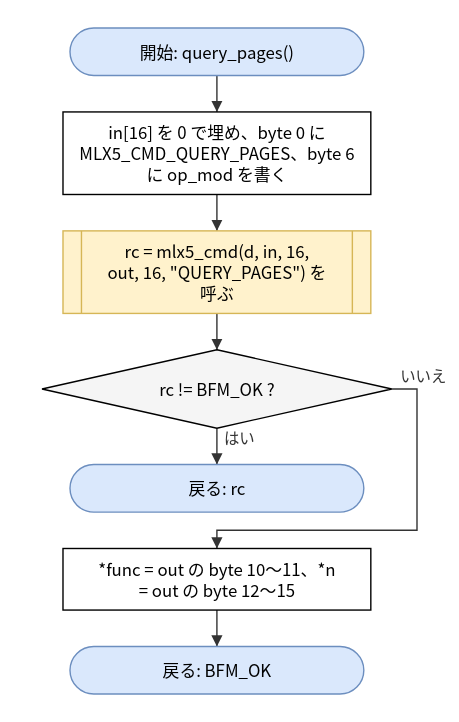
This is doc/spec/images/flow_src_mlx5_hca-query_pages.drawio.svg from hf355051012-ai/bfmem, a draw.io export, as it was before one commit. Source tidied: cells renumbered, new cells last; positions are measured from the earlier drawing's top-left corner, leaving out a move shared by most shapes. Source of this version:
```xml
<mxGraphModel>
  <root>
    <mxCell id="0" />
    <mxCell id="1" parent="0" />
    <mxCell id="2" value="開始: query_pages()" style="rounded=1;arcSize=50;whiteSpace=wrap;html=1;fillColor=#dae8fc;strokeColor=#6c8ebf;" parent="1" vertex="1">
      <mxGeometry x="20" width="210" height="34" as="geometry" />
    </mxCell>
    <mxCell id="3" value="in[16] を 0 で埋め、byte 0 に&lt;br&gt;MLX5_CMD_QUERY_PAGES、byte 6&lt;br&gt;に op_mod を書く" style="rounded=0;whiteSpace=wrap;html=1;" parent="1" vertex="1">
      <mxGeometry x="15" y="60" width="220" height="59" as="geometry" />
    </mxCell>
    <mxCell id="4" value="rc = mlx5_cmd(d, in, 16,&lt;br&gt;out, 16, &amp;quot;QUERY_PAGES&amp;quot;) を&lt;br&gt;呼ぶ" style="shape=process;whiteSpace=wrap;html=1;backgroundOutline=1;size=0.06;fillColor=#fff2cc;strokeColor=#d6b656;" parent="1" vertex="1">
      <mxGeometry x="15" y="145" width="220" height="59" as="geometry" />
    </mxCell>
    <mxCell id="5" value="rc != BFM_OK ?" style="rhombus;whiteSpace=wrap;html=1;fillColor=#f5f5f5;" parent="1" vertex="1">
      <mxGeometry y="230" width="250" height="56" as="geometry" />
    </mxCell>
    <mxCell id="6" value="戻る: rc" style="rounded=1;arcSize=50;whiteSpace=wrap;html=1;fillColor=#dae8fc;strokeColor=#6c8ebf;" parent="1" vertex="1">
      <mxGeometry x="20" y="312" width="210" height="34" as="geometry" />
    </mxCell>
    <mxCell id="7" value="*func = out の byte 10〜11、*n&lt;br&gt;= out の byte 12〜15" style="rounded=0;whiteSpace=wrap;html=1;" parent="1" vertex="1">
      <mxGeometry x="15" y="372" width="220" height="44" as="geometry" />
    </mxCell>
    <mxCell id="8" value="戻る: BFM_OK" style="rounded=1;arcSize=50;whiteSpace=wrap;html=1;fillColor=#dae8fc;strokeColor=#6c8ebf;" parent="1" vertex="1">
      <mxGeometry x="20" y="442" width="210" height="34" as="geometry" />
    </mxCell>
    <mxCell id="9" style="edgeStyle=none;html=1;rounded=0;endArrow=block;endFill=1;exitX=0.5000;exitY=1.0000;exitDx=0;exitDy=0;exitPerimeter=0;entryX=0.5000;entryY=0.0000;entryDx=0;entryDy=0;entryPerimeter=0;" parent="1" edge="1" source="2" target="3">
      <mxGeometry relative="1" as="geometry" />
    </mxCell>
    <mxCell id="10" style="edgeStyle=none;html=1;rounded=0;endArrow=block;endFill=1;exitX=0.5000;exitY=1.0000;exitDx=0;exitDy=0;exitPerimeter=0;entryX=0.5000;entryY=0.0000;entryDx=0;entryDy=0;entryPerimeter=0;" parent="1" edge="1" source="3" target="4">
      <mxGeometry relative="1" as="geometry" />
    </mxCell>
    <mxCell id="11" style="edgeStyle=none;html=1;rounded=0;endArrow=block;endFill=1;exitX=0.5000;exitY=1.0000;exitDx=0;exitDy=0;exitPerimeter=0;entryX=0.5000;entryY=0.0000;entryDx=0;entryDy=0;entryPerimeter=0;" parent="1" edge="1" source="4" target="5">
      <mxGeometry relative="1" as="geometry" />
    </mxCell>
    <mxCell id="12" value="はい" style="edgeStyle=none;html=1;rounded=0;endArrow=block;endFill=1;exitX=0.5000;exitY=1.0000;exitDx=0;exitDy=0;exitPerimeter=0;entryX=0.5000;entryY=0.0000;entryDx=0;entryDy=0;entryPerimeter=0;" parent="1" edge="1" source="5" target="6">
      <mxGeometry relative="1" as="geometry" />
    </mxCell>
    <mxCell id="13" value="いいえ" style="edgeStyle=none;html=1;rounded=0;endArrow=block;endFill=1;exitX=1.0000;exitY=0.5000;exitDx=0;exitDy=0;exitPerimeter=0;entryX=0.5000;entryY=0.0000;entryDx=0;entryDy=0;entryPerimeter=0;" parent="1" edge="1" source="5" target="7">
      <mxGeometry relative="1" as="geometry">
        <Array as="points">
          <mxPoint x="268" y="258" />
          <mxPoint x="268" y="359" />
          <mxPoint x="125" y="359" />
        </Array>
      </mxGeometry>
    </mxCell>
    <mxCell id="14" style="edgeStyle=none;html=1;rounded=0;endArrow=block;endFill=1;exitX=0.5000;exitY=1.0000;exitDx=0;exitDy=0;exitPerimeter=0;entryX=0.5000;entryY=0.0000;entryDx=0;entryDy=0;entryPerimeter=0;" parent="1" edge="1" source="7" target="8">
      <mxGeometry relative="1" as="geometry" />
    </mxCell>
  </root>
</mxGraphModel>
```
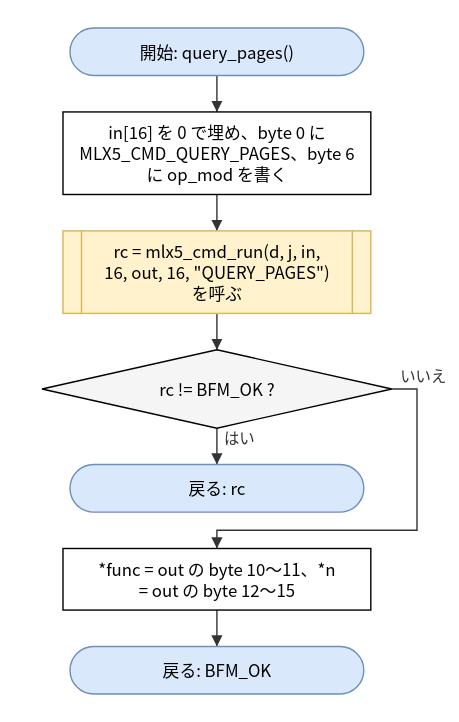
The same diagram one commit later.

Change to the diagram source:
```diff
@@ -8,7 +8,7 @@
     <mxCell id="3" value="in[16] を 0 で埋め、byte 0 に&lt;br&gt;MLX5_CMD_QUERY_PAGES、byte 6&lt;br&gt;に op_mod を書く" style="rounded=0;whiteSpace=wrap;html=1;" parent="1" vertex="1">
       <mxGeometry x="15" y="60" width="220" height="59" as="geometry" />
     </mxCell>
-    <mxCell id="4" value="rc = mlx5_cmd(d, in, 16,&lt;br&gt;out, 16, &amp;quot;QUERY_PAGES&amp;quot;) を&lt;br&gt;呼ぶ" style="shape=process;whiteSpace=wrap;html=1;backgroundOutline=1;size=0.06;fillColor=#fff2cc;strokeColor=#d6b656;" parent="1" vertex="1">
+    <mxCell id="4" value="rc = mlx5_cmd_run(d, j, in,&lt;br&gt;16, out, 16, &amp;quot;QUERY_PAGES&amp;quot;)&lt;br&gt;を呼ぶ" style="shape=process;whiteSpace=wrap;html=1;backgroundOutline=1;size=0.06;fillColor=#fff2cc;strokeColor=#d6b656;" parent="1" vertex="1">
       <mxGeometry x="15" y="145" width="220" height="59" as="geometry" />
     </mxCell>
     <mxCell id="5" value="rc != BFM_OK ?" style="rhombus;whiteSpace=wrap;html=1;fillColor=#f5f5f5;" parent="1" vertex="1">
```
